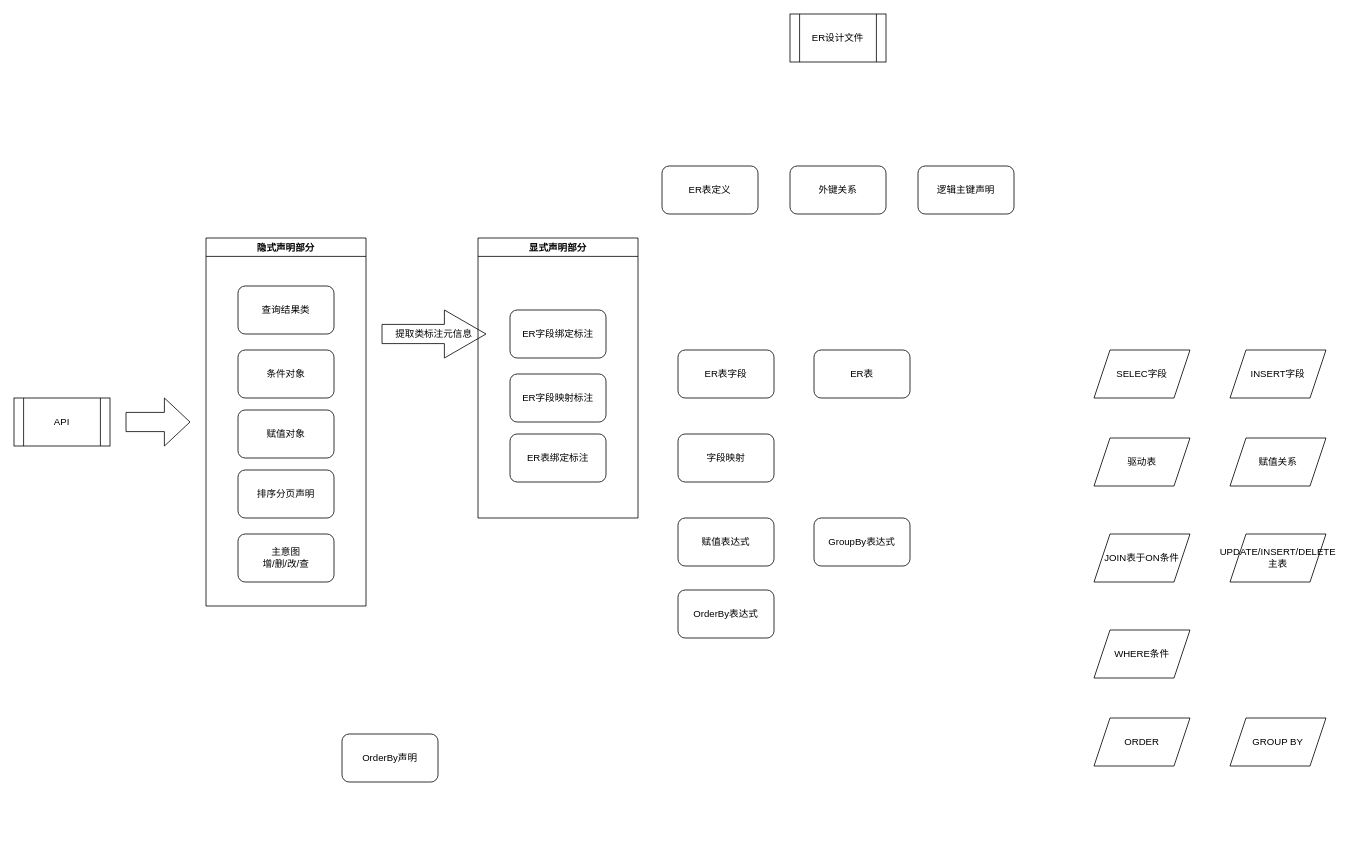
Before: SQL生成.drawio in tenyks/activiti-demo, a draw.io diagram. Source tidied: cells renumbered, new cells numbered last; positions are measured from the earlier drawing's top-left corner, leaving out a move shared by most shapes. Both pictures are drawn from the tidied source at 80%, with x=0, y=0 at pixel (14, 14).
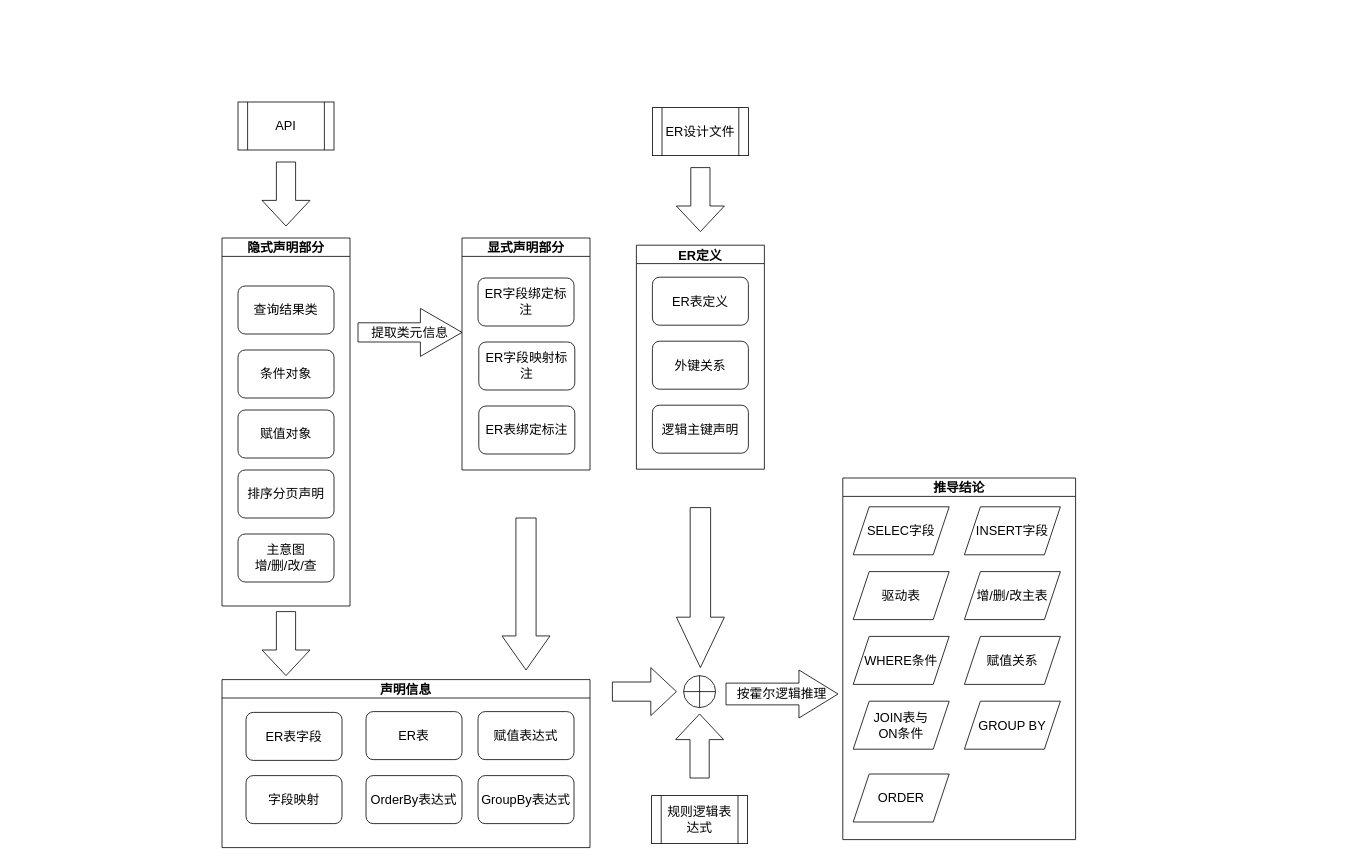
After the change.

Change to the diagram source:
```diff
@@
-    <mxCell id="2" value="条件对象" style="rounded=1;whiteSpace=wrap;html=1;" parent="1" vertex="1">
+    <mxCell id="2" value="条件对象" style="rounded=1;whiteSpace=wrap;html=1;fontSize=16;" parent="1" vertex="1">
       <mxGeometry x="280" y="420" width="120" height="60" as="geometry" />
     </mxCell>
-    <mxCell id="3" value="ER表字段" style="rounded=1;whiteSpace=wrap;html=1;" parent="1" vertex="1">
-      <mxGeometry x="830" y="420" width="120" height="60" as="geometry" />
+    <mxCell id="3" value="ER表字段" style="rounded=1;whiteSpace=wrap;html=1;fontSize=16;" parent="1" vertex="1">
+      <mxGeometry x="290" y="873" width="120" height="60" as="geometry" />
     </mxCell>
-    <mxCell id="4" value="ER表" style="rounded=1;whiteSpace=wrap;html=1;" parent="1" vertex="1">
-      <mxGeometry x="1000" y="420" width="120" height="60" as="geometry" />
-    </mxCell>
-    <mxCell id="5" value="赋值对象" style="rounded=1;whiteSpace=wrap;html=1;" parent="1" vertex="1">
+    <mxCell id="5" value="赋值对象" style="rounded=1;whiteSpace=wrap;html=1;fontSize=16;" parent="1" vertex="1">
       <mxGeometry x="280" y="495" width="120" height="60" as="geometry" />
     </mxCell>
-    <mxCell id="6" value="排序分页声明" style="rounded=1;whiteSpace=wrap;html=1;" parent="1" vertex="1">
+    <mxCell id="6" value="排序分页声明" style="rounded=1;whiteSpace=wrap;html=1;fontSize=16;" parent="1" vertex="1">
       <mxGeometry x="280" y="570" width="120" height="60" as="geometry" />
     </mxCell>
-    <mxCell id="7" value="主意图&lt;br&gt;增/删/改/查" style="rounded=1;whiteSpace=wrap;html=1;" parent="1" vertex="1">
+    <mxCell id="7" value="主意图&lt;br style=&quot;font-size: 16px;&quot;&gt;增/删/改/查" style="rounded=1;whiteSpace=wrap;html=1;fontSize=16;" parent="1" vertex="1">
       <mxGeometry x="280" y="650" width="120" height="60" as="geometry" />
     </mxCell>
-    <mxCell id="8" value="API" style="shape=process;whiteSpace=wrap;html=1;backgroundOutline=1;" parent="1" vertex="1">
-      <mxGeometry y="480" width="120" height="60" as="geometry" />
+    <mxCell id="8" value="API" style="shape=process;whiteSpace=wrap;html=1;backgroundOutline=1;fontSize=16;" parent="1" vertex="1">
+      <mxGeometry x="280" y="110" width="120" height="60" as="geometry" />
     </mxCell>
-    <mxCell id="9" style="shape=singleArrow;whiteSpace=wrap;html=1;arrowWidth=0.4;arrowSize=0.4;" parent="1" vertex="1">
-      <mxGeometry x="140" y="480" width="80" height="60" as="geometry" />
+    <mxCell id="9" style="shape=singleArrow;whiteSpace=wrap;html=1;arrowWidth=0.4;arrowSize=0.4;direction=south;fontSize=16;" parent="1" vertex="1">
+      <mxGeometry x="310" y="185" width="60" height="80" as="geometry" />
     </mxCell>
-    <mxCell id="10" value="提取类标注元信息" style="shape=singleArrow;whiteSpace=wrap;html=1;arrowWidth=0.4;arrowSize=0.4;" parent="1" vertex="1">
-      <mxGeometry x="460" y="370" width="130" height="60" as="geometry" />
+    <mxCell id="10" value="提取类元信息" style="shape=singleArrow;whiteSpace=wrap;html=1;arrowWidth=0.4;arrowSize=0.4;fontSize=16;" parent="1" vertex="1">
+      <mxGeometry x="430" y="368" width="130" height="60" as="geometry" />
     </mxCell>
-    <mxCell id="11" value="ER字段绑定标注" style="rounded=1;whiteSpace=wrap;html=1;" parent="1" vertex="1">
-      <mxGeometry x="620" y="370" width="120" height="60" as="geometry" />
-    </mxCell>
-    <mxCell id="12" value="ER设计文件" style="shape=process;whiteSpace=wrap;html=1;backgroundOutline=1;" parent="1" vertex="1">
-      <mxGeometry x="970" width="120" height="60" as="geometry" />
+    <mxCell id="12" value="ER设计文件" style="shape=process;whiteSpace=wrap;html=1;backgroundOutline=1;fontSize=16;" parent="1" vertex="1">
+      <mxGeometry x="798" y="117" width="120" height="60" as="geometry" />
     </mxCell>
-    <mxCell id="13" value="ER表定义" style="rounded=1;whiteSpace=wrap;html=1;" parent="1" vertex="1">
-      <mxGeometry x="810" y="190" width="120" height="60" as="geometry" />
-    </mxCell>
-    <mxCell id="14" value="外键关系" style="rounded=1;whiteSpace=wrap;html=1;" parent="1" vertex="1">
-      <mxGeometry x="970" y="190" width="120" height="60" as="geometry" />
-    </mxCell>
-    <mxCell id="15" value="逻辑主键声明" style="rounded=1;whiteSpace=wrap;html=1;" parent="1" vertex="1">
-      <mxGeometry x="1130" y="190" width="120" height="60" as="geometry" />
-    </mxCell>
-    <mxCell id="16" value="SELEC字段" style="shape=parallelogram;perimeter=parallelogramPerimeter;whiteSpace=wrap;html=1;fixedSize=1;" parent="1" vertex="1">
-      <mxGeometry x="1350" y="420" width="120" height="60" as="geometry" />
-    </mxCell>
-    <mxCell id="17" value="查询结果类" style="rounded=1;whiteSpace=wrap;html=1;" parent="1" vertex="1">
+    <mxCell id="17" value="查询结果类" style="rounded=1;whiteSpace=wrap;html=1;fontSize=16;" parent="1" vertex="1">
       <mxGeometry x="280" y="340" width="120" height="60" as="geometry" />
     </mxCell>
-    <mxCell id="18" value="驱动表" style="shape=parallelogram;perimeter=parallelogramPerimeter;whiteSpace=wrap;html=1;fixedSize=1;" parent="1" vertex="1">
-      <mxGeometry x="1350" y="530" width="120" height="60" as="geometry" />
-    </mxCell>
-    <mxCell id="19" value="JOIN表于ON条件" style="shape=parallelogram;perimeter=parallelogramPerimeter;whiteSpace=wrap;html=1;fixedSize=1;" parent="1" vertex="1">
-      <mxGeometry x="1350" y="650" width="120" height="60" as="geometry" />
-    </mxCell>
-    <mxCell id="20" value="WHERE条件" style="shape=parallelogram;perimeter=parallelogramPerimeter;whiteSpace=wrap;html=1;fixedSize=1;" parent="1" vertex="1">
-      <mxGeometry x="1350" y="770" width="120" height="60" as="geometry" />
-    </mxCell>
-    <mxCell id="21" value="INSERT字段" style="shape=parallelogram;perimeter=parallelogramPerimeter;whiteSpace=wrap;html=1;fixedSize=1;" parent="1" vertex="1">
-      <mxGeometry x="1520" y="420" width="120" height="60" as="geometry" />
-    </mxCell>
-    <mxCell id="22" value="UPDATE/INSERT/DELETE主表" style="shape=parallelogram;perimeter=parallelogramPerimeter;whiteSpace=wrap;html=1;fixedSize=1;" parent="1" vertex="1">
-      <mxGeometry x="1520" y="650" width="120" height="60" as="geometry" />
-    </mxCell>
-    <mxCell id="23" value="ORDER" style="shape=parallelogram;perimeter=parallelogramPerimeter;whiteSpace=wrap;html=1;fixedSize=1;" parent="1" vertex="1">
-      <mxGeometry x="1350" y="880" width="120" height="60" as="geometry" />
-    </mxCell>
-    <mxCell id="24" value="GROUP BY" style="shape=parallelogram;perimeter=parallelogramPerimeter;whiteSpace=wrap;html=1;fixedSize=1;" parent="1" vertex="1">
-      <mxGeometry x="1520" y="880" width="120" height="60" as="geometry" />
-    </mxCell>
-    <mxCell id="25" value="赋值关系" style="shape=parallelogram;perimeter=parallelogramPerimeter;whiteSpace=wrap;html=1;fixedSize=1;" parent="1" vertex="1">
-      <mxGeometry x="1520" y="530" width="120" height="60" as="geometry" />
-    </mxCell>
-    <mxCell id="26" value="字段映射" style="rounded=1;whiteSpace=wrap;html=1;" parent="1" vertex="1">
-      <mxGeometry x="830" y="525" width="120" height="60" as="geometry" />
-    </mxCell>
-    <mxCell id="27" value="OrderBy声明" style="rounded=1;whiteSpace=wrap;html=1;" parent="1" vertex="1">
-      <mxGeometry x="410" y="900" width="120" height="60" as="geometry" />
-    </mxCell>
-    <mxCell id="28" value="OrderBy表达式" style="rounded=1;whiteSpace=wrap;html=1;" parent="1" vertex="1">
-      <mxGeometry x="830" y="720" width="120" height="60" as="geometry" />
-    </mxCell>
-    <mxCell id="29" value="GroupBy表达式" style="rounded=1;whiteSpace=wrap;html=1;" parent="1" vertex="1">
-      <mxGeometry x="1000" y="630" width="120" height="60" as="geometry" />
-    </mxCell>
-    <mxCell id="30" value="赋值表达式" style="rounded=1;whiteSpace=wrap;html=1;" parent="1" vertex="1">
-      <mxGeometry x="830" y="630" width="120" height="60" as="geometry" />
-    </mxCell>
-    <mxCell id="31" value="隐式声明部分" style="swimlane;" parent="1" vertex="1">
-      <mxGeometry x="240" y="280" width="200" height="460" as="geometry" />
+    <mxCell id="31" value="隐式声明部分" style="swimlane;fontSize=16;" parent="1" vertex="1">
+      <mxGeometry x="260" y="280" width="160" height="460" as="geometry" />
     </mxCell>
-    <mxCell id="32" value="显式声明部分" style="swimlane;" parent="1" vertex="1">
-      <mxGeometry x="580" y="280" width="200" height="350" as="geometry" />
+    <mxCell id="32" value="显式声明部分" style="swimlane;fontSize=16;" parent="1" vertex="1">
+      <mxGeometry x="560" y="280" width="160" height="290" as="geometry" />
     </mxCell>
-    <mxCell id="33" value="ER表绑定标注" style="rounded=1;whiteSpace=wrap;html=1;" parent="32" vertex="1">
-      <mxGeometry x="40" y="245" width="120" height="60" as="geometry" />
+    <mxCell id="33" value="ER表绑定标注" style="rounded=1;whiteSpace=wrap;html=1;fontSize=16;" parent="32" vertex="1">
+      <mxGeometry x="21" y="210" width="120" height="60" as="geometry" />
     </mxCell>
-    <mxCell id="34" value="ER字段映射标注" style="rounded=1;whiteSpace=wrap;html=1;" parent="32" vertex="1">
-      <mxGeometry x="40" y="170" width="120" height="60" as="geometry" />
+    <mxCell id="34" value="ER字段映射标注" style="rounded=1;whiteSpace=wrap;html=1;fontSize=16;" parent="32" vertex="1">
+      <mxGeometry x="21" y="130" width="120" height="60" as="geometry" />
     </mxCell>
+    <mxCell id="11" value="ER字段绑定标注" style="rounded=1;whiteSpace=wrap;html=1;fontSize=16;" parent="32" vertex="1">
+      <mxGeometry x="20" y="50" width="120" height="60" as="geometry" />
+    </mxCell>
+    <mxCell id="35" style="shape=singleArrow;whiteSpace=wrap;html=1;arrowWidth=0.4204376220703125;arrowSize=0.2240781917128452;direction=south;fontSize=16;" parent="1" vertex="1">
+      <mxGeometry x="610" y="630" width="60" height="190" as="geometry" />
+    </mxCell>
+    <mxCell id="36" style="shape=orEllipse;perimeter=ellipsePerimeter;whiteSpace=wrap;html=1;backgroundOutline=1;fontSize=16;" parent="1" vertex="1">
+      <mxGeometry x="837" y="827" width="40" height="40" as="geometry" />
+    </mxCell>
+    <mxCell id="37" value="推导结论" style="swimlane;fontSize=16;" parent="1" vertex="1">
+      <mxGeometry x="1036" y="580" width="291" height="452" as="geometry" />
+    </mxCell>
+    <mxCell id="21" value="INSERT字段" style="shape=parallelogram;perimeter=parallelogramPerimeter;whiteSpace=wrap;html=1;fixedSize=1;fontSize=16;" parent="37" vertex="1">
+      <mxGeometry x="152" y="36" width="120" height="60" as="geometry" />
+    </mxCell>
+    <mxCell id="25" value="赋值关系" style="shape=parallelogram;perimeter=parallelogramPerimeter;whiteSpace=wrap;html=1;fixedSize=1;fontSize=16;" parent="37" vertex="1">
+      <mxGeometry x="152" y="198" width="120" height="60" as="geometry" />
+    </mxCell>
+    <mxCell id="22" value="增/删/改主表" style="shape=parallelogram;perimeter=parallelogramPerimeter;whiteSpace=wrap;html=1;fixedSize=1;fontSize=16;" parent="37" vertex="1">
+      <mxGeometry x="152" y="117" width="120" height="60" as="geometry" />
+    </mxCell>
+    <mxCell id="19" value="JOIN表与&lt;br&gt;ON条件" style="shape=parallelogram;perimeter=parallelogramPerimeter;whiteSpace=wrap;html=1;fixedSize=1;fontSize=16;" parent="37" vertex="1">
+      <mxGeometry x="13" y="279" width="120" height="60" as="geometry" />
+    </mxCell>
+    <mxCell id="20" value="WHERE条件" style="shape=parallelogram;perimeter=parallelogramPerimeter;whiteSpace=wrap;html=1;fixedSize=1;fontSize=16;" parent="37" vertex="1">
+      <mxGeometry x="13" y="198" width="120" height="60" as="geometry" />
+    </mxCell>
+    <mxCell id="23" value="ORDER" style="shape=parallelogram;perimeter=parallelogramPerimeter;whiteSpace=wrap;html=1;fixedSize=1;fontSize=16;" parent="37" vertex="1">
+      <mxGeometry x="13" y="370" width="120" height="60" as="geometry" />
+    </mxCell>
+    <mxCell id="24" value="GROUP BY" style="shape=parallelogram;perimeter=parallelogramPerimeter;whiteSpace=wrap;html=1;fixedSize=1;fontSize=16;" parent="37" vertex="1">
+      <mxGeometry x="152" y="279" width="120" height="60" as="geometry" />
+    </mxCell>
+    <mxCell id="16" value="SELEC字段" style="shape=parallelogram;perimeter=parallelogramPerimeter;whiteSpace=wrap;html=1;fixedSize=1;fontSize=16;" parent="37" vertex="1">
+      <mxGeometry x="13" y="36" width="120" height="60" as="geometry" />
+    </mxCell>
+    <mxCell id="18" value="驱动表" style="shape=parallelogram;perimeter=parallelogramPerimeter;whiteSpace=wrap;html=1;fixedSize=1;fontSize=16;" parent="37" vertex="1">
+      <mxGeometry x="13" y="117" width="120" height="60" as="geometry" />
+    </mxCell>
+    <mxCell id="38" value="声明信息" style="swimlane;fontSize=16;" parent="1" vertex="1">
+      <mxGeometry x="260" y="832" width="460" height="210" as="geometry" />
+    </mxCell>
+    <mxCell id="26" value="字段映射" style="rounded=1;whiteSpace=wrap;html=1;fontSize=16;" parent="38" vertex="1">
+      <mxGeometry x="30" y="120" width="120" height="60" as="geometry" />
+    </mxCell>
+    <mxCell id="28" value="OrderBy表达式" style="rounded=1;whiteSpace=wrap;html=1;fontSize=16;" parent="38" vertex="1">
+      <mxGeometry x="180" y="120" width="120" height="60" as="geometry" />
+    </mxCell>
+    <mxCell id="30" value="赋值表达式" style="rounded=1;whiteSpace=wrap;html=1;fontSize=16;" parent="38" vertex="1">
+      <mxGeometry x="320" y="40" width="120" height="60" as="geometry" />
+    </mxCell>
+    <mxCell id="29" value="GroupBy表达式" style="rounded=1;whiteSpace=wrap;html=1;fontSize=16;" parent="38" vertex="1">
+      <mxGeometry x="320" y="120" width="120" height="60" as="geometry" />
+    </mxCell>
+    <mxCell id="4" value="ER表" style="rounded=1;whiteSpace=wrap;html=1;fontSize=16;" parent="38" vertex="1">
+      <mxGeometry x="180" y="40" width="120" height="60" as="geometry" />
+    </mxCell>
+    <mxCell id="39" value="ER定义" style="swimlane;fontSize=16;" parent="1" vertex="1">
+      <mxGeometry x="778" y="289" width="160" height="280" as="geometry" />
+    </mxCell>
+    <mxCell id="14" value="外键关系" style="rounded=1;whiteSpace=wrap;html=1;fontSize=16;" parent="39" vertex="1">
+      <mxGeometry x="20" y="120" width="120" height="60" as="geometry" />
+    </mxCell>
+    <mxCell id="15" value="逻辑主键声明" style="rounded=1;whiteSpace=wrap;html=1;fontSize=16;" parent="39" vertex="1">
+      <mxGeometry x="20" y="200" width="120" height="60" as="geometry" />
+    </mxCell>
+    <mxCell id="13" value="ER表定义" style="rounded=1;whiteSpace=wrap;html=1;fontSize=16;" parent="39" vertex="1">
+      <mxGeometry x="20" y="40" width="120" height="60" as="geometry" />
+    </mxCell>
+    <mxCell id="40" style="shape=singleArrow;whiteSpace=wrap;html=1;arrowWidth=0.42594451904296876;arrowSize=0.3151368574662642;direction=south;fontSize=16;" parent="1" vertex="1">
+      <mxGeometry x="828" y="617" width="60" height="200" as="geometry" />
+    </mxCell>
+    <mxCell id="41" style="shape=singleArrow;whiteSpace=wrap;html=1;arrowWidth=0.4;arrowSize=0.4;direction=south;fontSize=16;" parent="1" vertex="1">
+      <mxGeometry x="310" y="747" width="60" height="80" as="geometry" />
+    </mxCell>
+    <mxCell id="42" style="shape=singleArrow;whiteSpace=wrap;html=1;arrowWidth=0.4;arrowSize=0.4;direction=north;fontSize=16;" parent="1" vertex="1">
+      <mxGeometry x="827" y="875" width="60" height="80" as="geometry" />
+    </mxCell>
+    <mxCell id="43" value="按霍尔逻辑推理" style="shape=singleArrow;whiteSpace=wrap;html=1;arrowWidth=0.45376993815104166;arrowSize=0.3487031664167132;direction=east;fontSize=16;" parent="1" vertex="1">
+      <mxGeometry x="890" y="820" width="140" height="60" as="geometry" />
+    </mxCell>
+    <mxCell id="44" value="规则逻辑表达式" style="shape=process;whiteSpace=wrap;html=1;backgroundOutline=1;fontSize=16;" parent="1" vertex="1">
+      <mxGeometry x="797" y="977" width="120" height="60" as="geometry" />
+    </mxCell>
+    <mxCell id="45" style="shape=singleArrow;whiteSpace=wrap;html=1;arrowWidth=0.4;arrowSize=0.4;direction=east;fontSize=16;" parent="1" vertex="1">
+      <mxGeometry x="748" y="817" width="80" height="60" as="geometry" />
+    </mxCell>
+    <mxCell id="46" style="shape=singleArrow;whiteSpace=wrap;html=1;arrowWidth=0.4;arrowSize=0.4;direction=south;fontSize=16;" parent="1" vertex="1">
+      <mxGeometry x="828" y="192" width="60" height="80" as="geometry" />
+    </mxCell>
```
